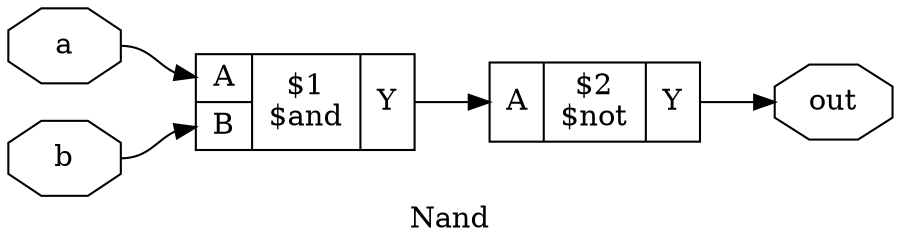
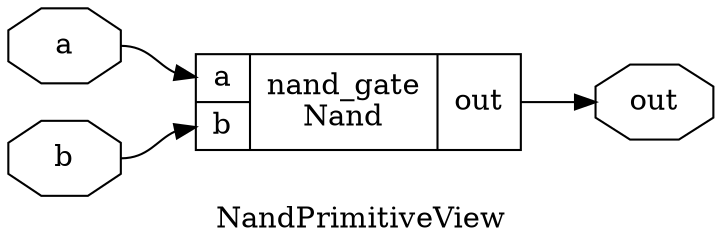
- digraph "Nand" {
- label="Nand";
+ digraph "NandPrimitiveView" {
+ label="NandPrimitiveView";
rankdir="LR";
remincross=true;
- n2 [ shape=octagon, label="a", color="black", fontcolor="black" ];
- n3 [ shape=octagon, label="b", color="black", fontcolor="black" ];
- n4 [ shape=octagon, label="out", color="black", fontcolor="black" ];
- c8 [ shape=record, label="{{<p5> A|<p6> B}|$1\n$and|{<p7> Y}}",  ];
- c9 [ shape=record, label="{{<p5> A}|$2\n$not|{<p7> Y}}",  ];
- c8:p7:e -> c9:p5:w [color="black", fontcolor="black", label=""];
- n2:e -> c8:p5:w [color="black", fontcolor="black", label=""];
- n3:e -> c8:p6:w [color="black", fontcolor="black", label=""];
- c9:p7:e -> n4:w [color="black", fontcolor="black", label=""];
+ n1 [ shape=octagon, label="a", color="black", fontcolor="black" ];
+ n2 [ shape=octagon, label="b", color="black", fontcolor="black" ];
+ n3 [ shape=octagon, label="out", color="black", fontcolor="black" ];
+ c4 [ shape=record, label="{{<p1> a|<p2> b}|nand_gate\nNand|{<p3> out}}",  ];
+ n1:e -> c4:p1:w [color="black", fontcolor="black", label=""];
+ n2:e -> c4:p2:w [color="black", fontcolor="black", label=""];
+ c4:p3:e -> n3:w [color="black", fontcolor="black", label=""];
}
